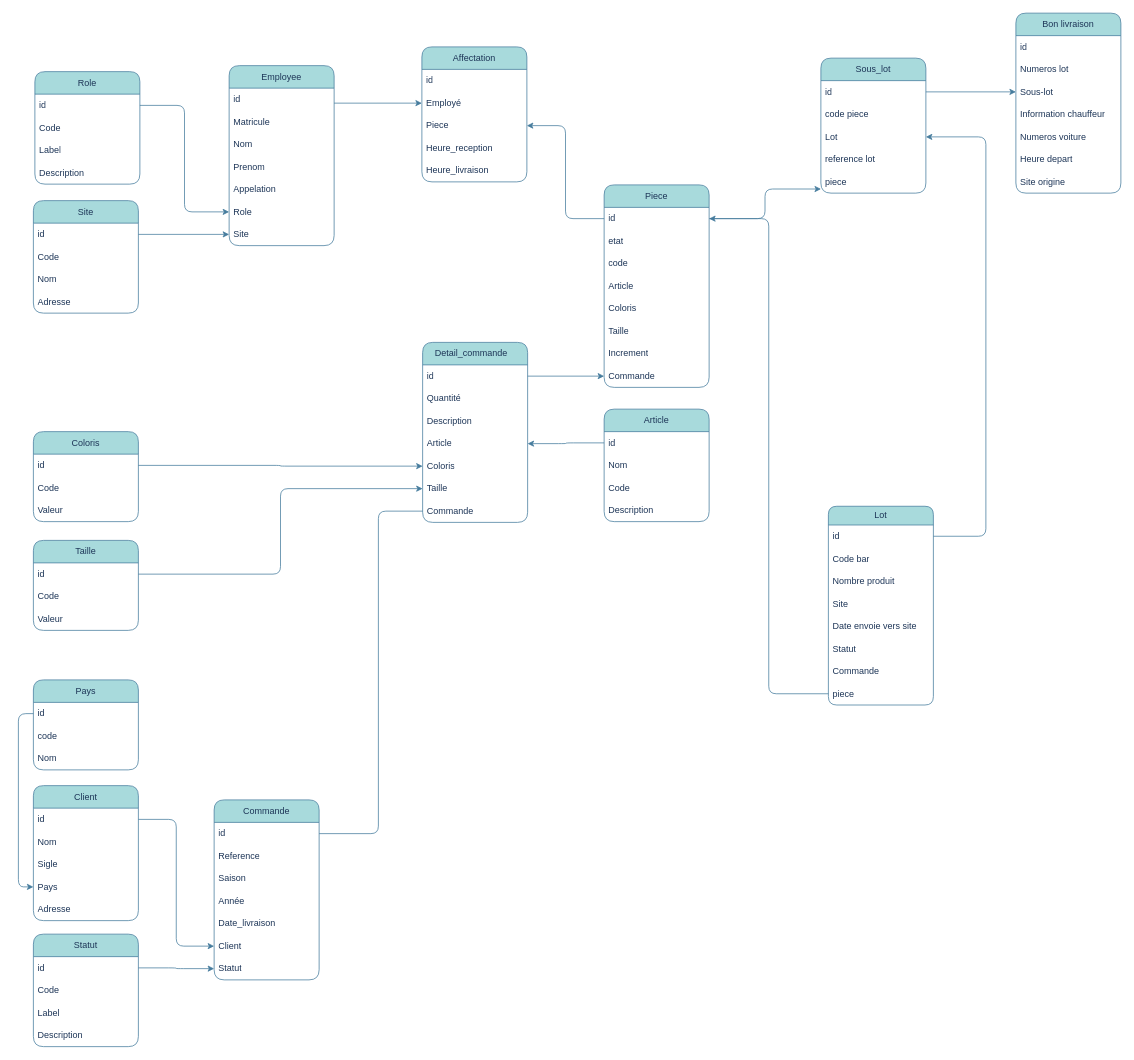
Before: Diagramme sans nom.drawio in petit-vps/sample, a draw.io diagram. Source tidied: cells renumbered, new cells numbered last; positions are measured from the earlier drawing's top-left corner, leaving out a move shared by most shapes. Both pictures are drawn from the tidied source at 75%, with x=0, y=0 at pixel (33, 13).
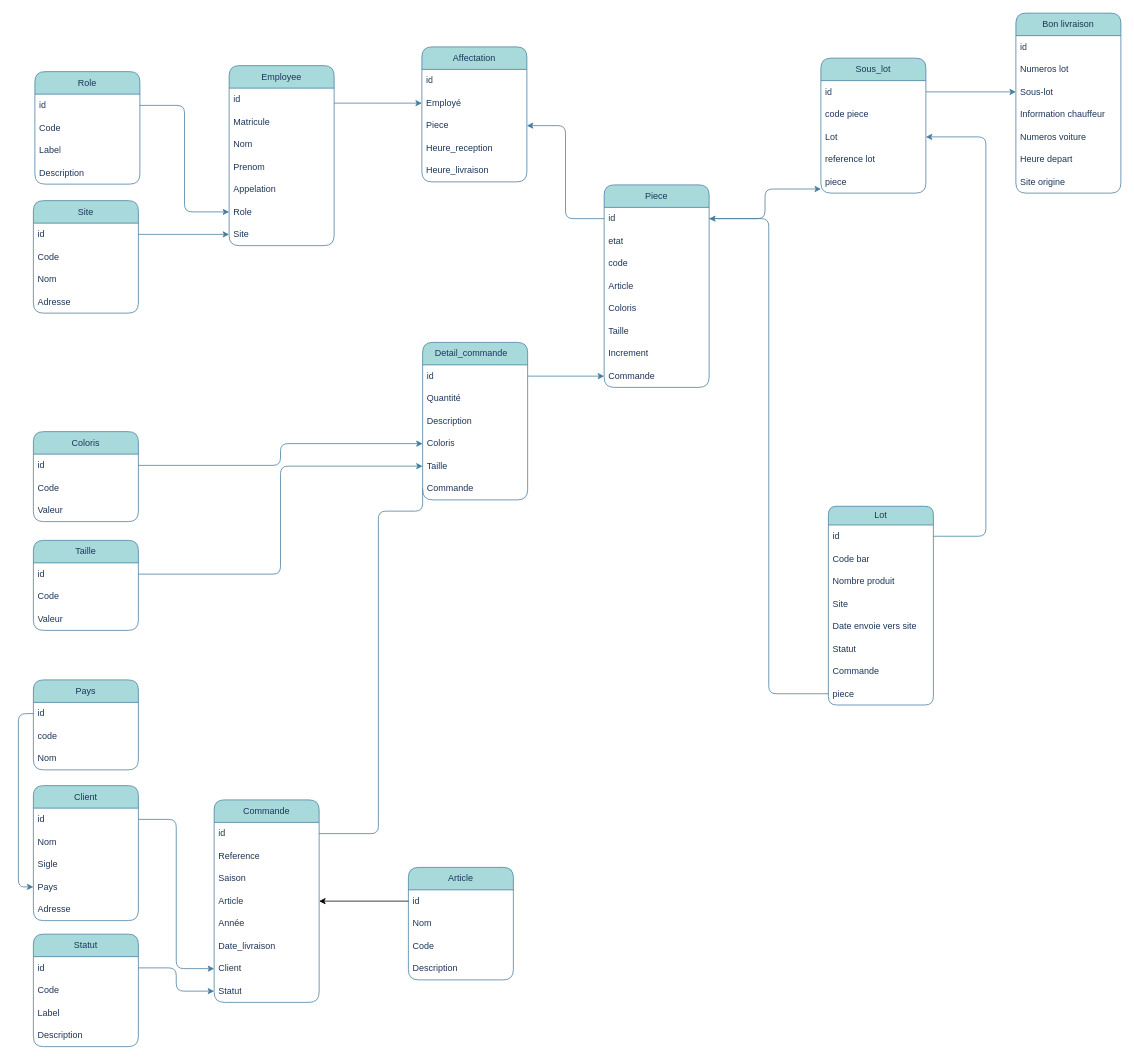
The same diagram, later.

Commit message:
deplacement article dans commade

The change refers to these unchanged cells:
```xml
<mxCell id="51" value="&lt;div&gt;id&lt;/div&gt;" style="text;strokeColor=none;fillColor=none;align=left;verticalAlign=middle;spacingLeft=4;spacingRight=4;overflow=hidden;points=[[0,0.5],[1,0.5]];portConstraint=eastwest;whiteSpace=wrap;html=1;rounded=1;labelBackgroundColor=none;fontColor=#1D3557;" parent="50" vertex="1">
  <mxGeometry y="30" width="140" height="30" as="geometry" />
</mxCell>
```

Change to the diagram source:
```diff
@@
     <mxCell id="20" value="Commande" style="swimlane;fontStyle=0;horizontal=1;startSize=30;whiteSpace=wrap;html=1;fillColor=#A8DADC;strokeColor=#457B9D;rounded=1;labelBackgroundColor=none;fontColor=#1D3557;" parent="1" vertex="1">
-      <mxGeometry x="241" y="1049" width="140" height="240" as="geometry" />
+      <mxGeometry x="241" y="1049" width="140" height="270" as="geometry" />
     </mxCell>
@@
+    <mxCell id="38" value="Article" style="text;strokeColor=none;fillColor=none;align=left;verticalAlign=middle;spacingLeft=4;spacingRight=4;overflow=hidden;points=[[0,0.5],[1,0.5]];portConstraint=eastwest;whiteSpace=wrap;html=1;rounded=1;labelBackgroundColor=none;fontColor=#1D3557;" parent="20" vertex="1">
+      <mxGeometry y="120" width="140" height="30" as="geometry" />
+    </mxCell>
     <mxCell id="24" value="Année" style="text;strokeColor=none;fillColor=none;align=left;verticalAlign=middle;spacingLeft=4;spacingRight=4;overflow=hidden;whiteSpace=wrap;html=1;rounded=1;labelBackgroundColor=none;fontColor=#1D3557;" parent="20" vertex="1">
-      <mxGeometry y="120" width="140" height="30" as="geometry" />
+      <mxGeometry y="150" width="140" height="30" as="geometry" />
     </mxCell>
     <mxCell id="25" value="Date_livraison" style="text;strokeColor=none;fillColor=none;align=left;verticalAlign=middle;spacingLeft=4;spacingRight=4;overflow=hidden;whiteSpace=wrap;html=1;rounded=1;labelBackgroundColor=none;fontColor=#1D3557;" parent="20" vertex="1">
-      <mxGeometry y="150" width="140" height="30" as="geometry" />
+      <mxGeometry y="180" width="140" height="30" as="geometry" />
     </mxCell>
     <mxCell id="26" value="Client" style="text;strokeColor=none;fillColor=none;align=left;verticalAlign=middle;spacingLeft=4;spacingRight=4;overflow=hidden;points=[[0,0.5],[1,0.5]];portConstraint=eastwest;whiteSpace=wrap;html=1;rounded=1;labelBackgroundColor=none;fontColor=#1D3557;" parent="20" vertex="1">
-      <mxGeometry y="180" width="140" height="30" as="geometry" />
+      <mxGeometry y="210" width="140" height="30" as="geometry" />
     </mxCell>
     <mxCell id="27" value="Statut" style="text;strokeColor=none;fillColor=none;align=left;verticalAlign=middle;spacingLeft=4;spacingRight=4;overflow=hidden;points=[[0,0.5],[1,0.5]];portConstraint=eastwest;whiteSpace=wrap;html=1;rounded=1;labelBackgroundColor=none;fontColor=#1D3557;" parent="20" vertex="1">
-      <mxGeometry y="210" width="140" height="30" as="geometry" />
+      <mxGeometry y="240" width="140" height="30" as="geometry" />
     </mxCell>
@@
     <mxCell id="34" value="Detail_commande&lt;span style=&quot;white-space: pre;&quot;&gt;&#9;&lt;/span&gt;" style="swimlane;fontStyle=0;horizontal=1;startSize=30;whiteSpace=wrap;html=1;fillColor=#A8DADC;strokeColor=#457B9D;rounded=1;labelBackgroundColor=none;fontColor=#1D3557;" parent="1" vertex="1">
-      <mxGeometry x="519" y="439" width="140" height="240" as="geometry" />
+      <mxGeometry x="519" y="439" width="140" height="210" as="geometry" />
     </mxCell>
@@
-    <mxCell id="38" value="Article" style="text;strokeColor=none;fillColor=none;align=left;verticalAlign=middle;spacingLeft=4;spacingRight=4;overflow=hidden;points=[[0,0.5],[1,0.5]];portConstraint=eastwest;whiteSpace=wrap;html=1;rounded=1;labelBackgroundColor=none;fontColor=#1D3557;" parent="34" vertex="1">
-      <mxGeometry y="120" width="140" height="30" as="geometry" />
-    </mxCell>
     <mxCell id="39" value="Coloris" style="text;strokeColor=none;fillColor=none;align=left;verticalAlign=middle;spacingLeft=4;spacingRight=4;overflow=hidden;points=[[0,0.5],[1,0.5]];portConstraint=eastwest;whiteSpace=wrap;html=1;rounded=1;labelBackgroundColor=none;fontColor=#1D3557;" parent="34" vertex="1">
-      <mxGeometry y="150" width="140" height="30" as="geometry" />
+      <mxGeometry y="120" width="140" height="30" as="geometry" />
     </mxCell>
     <mxCell id="40" value="Taille" style="text;strokeColor=none;fillColor=none;align=left;verticalAlign=middle;spacingLeft=4;spacingRight=4;overflow=hidden;points=[[0,0.5],[1,0.5]];portConstraint=eastwest;whiteSpace=wrap;html=1;rounded=1;labelBackgroundColor=none;fontColor=#1D3557;" parent="34" vertex="1">
-      <mxGeometry y="180" width="140" height="30" as="geometry" />
+      <mxGeometry y="150" width="140" height="30" as="geometry" />
     </mxCell>
     <mxCell id="41" value="Commande" style="text;strokeColor=none;fillColor=none;align=left;verticalAlign=middle;spacingLeft=4;spacingRight=4;overflow=hidden;points=[[0,0.5],[1,0.5]];portConstraint=eastwest;whiteSpace=wrap;html=1;rounded=1;labelBackgroundColor=none;fontColor=#1D3557;" parent="34" vertex="1">
-      <mxGeometry y="210" width="140" height="30" as="geometry" />
+      <mxGeometry y="180" width="140" height="30" as="geometry" />
     </mxCell>
@@
     <mxCell id="50" value="Article" style="swimlane;fontStyle=0;horizontal=1;startSize=30;whiteSpace=wrap;html=1;fillColor=#A8DADC;strokeColor=#457B9D;rounded=1;labelBackgroundColor=none;fontColor=#1D3557;" parent="1" vertex="1">
-      <mxGeometry x="761" y="528" width="140" height="150" as="geometry" />
+      <mxGeometry x="500" y="1139" width="140" height="150" as="geometry" />
     </mxCell>
@@
-    <mxCell id="111" style="edgeStyle=orthogonalEdgeStyle;rounded=1;jettySize=auto;html=1;strokeColor=#457B9D;fontColor=#1D3557;fillColor=#A8DADC;" parent="1" edge="1" source="51" target="38">
-      <mxGeometry relative="1" as="geometry" />
-    </mxCell>
@@
+    <mxCell id="111" style="edgeStyle=orthogonalEdgeStyle;rounded=0;jettySize=auto;html=1;" parent="1" edge="1" source="51" target="38">
+      <mxGeometry relative="1" as="geometry" />
+    </mxCell>
```
